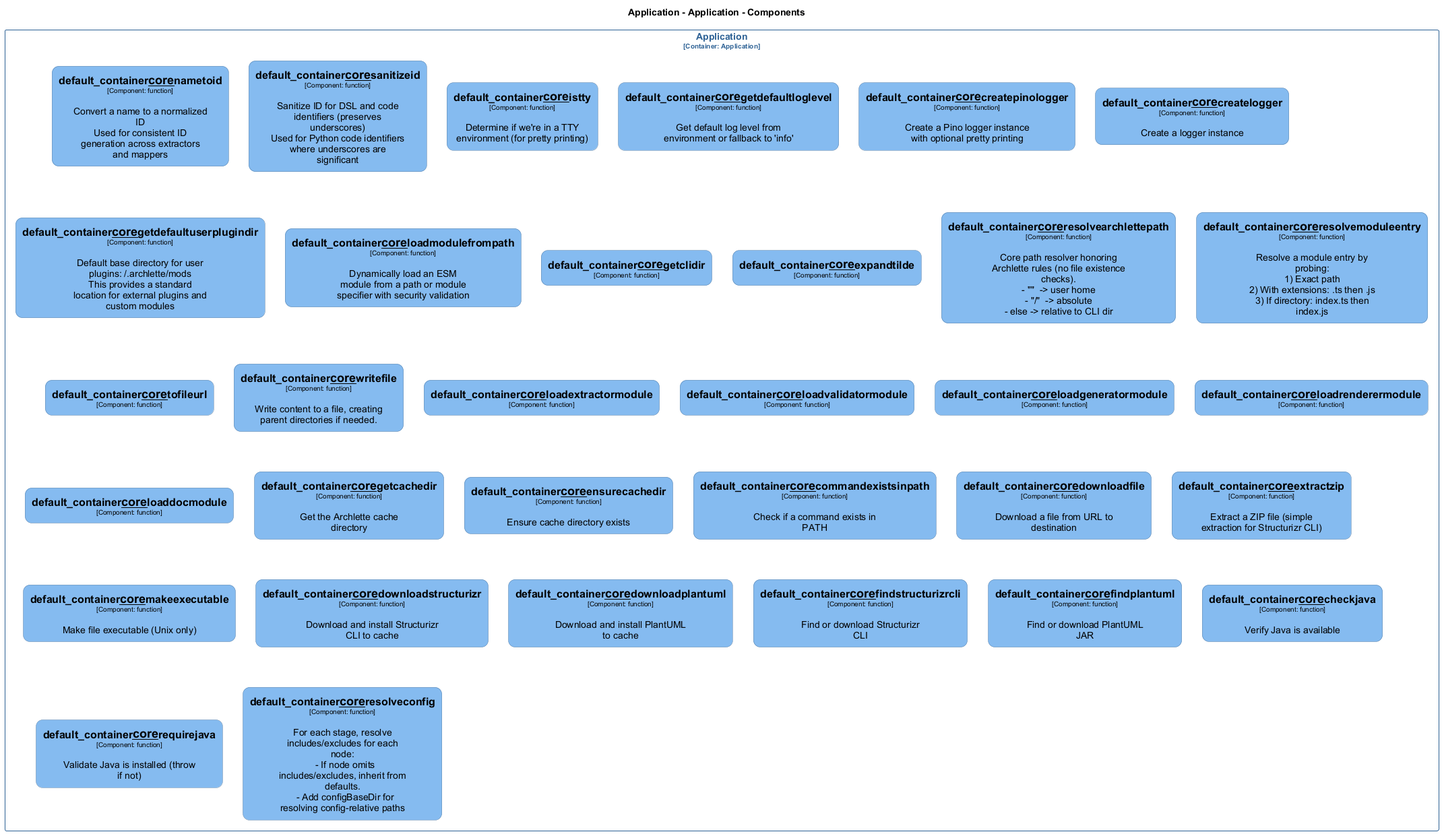
This is docs/architecture/diagrams/structurizr-Classes_default_container__core.png from chrislyons-dev/archlette, a PlantUML export, as it was before one commit.
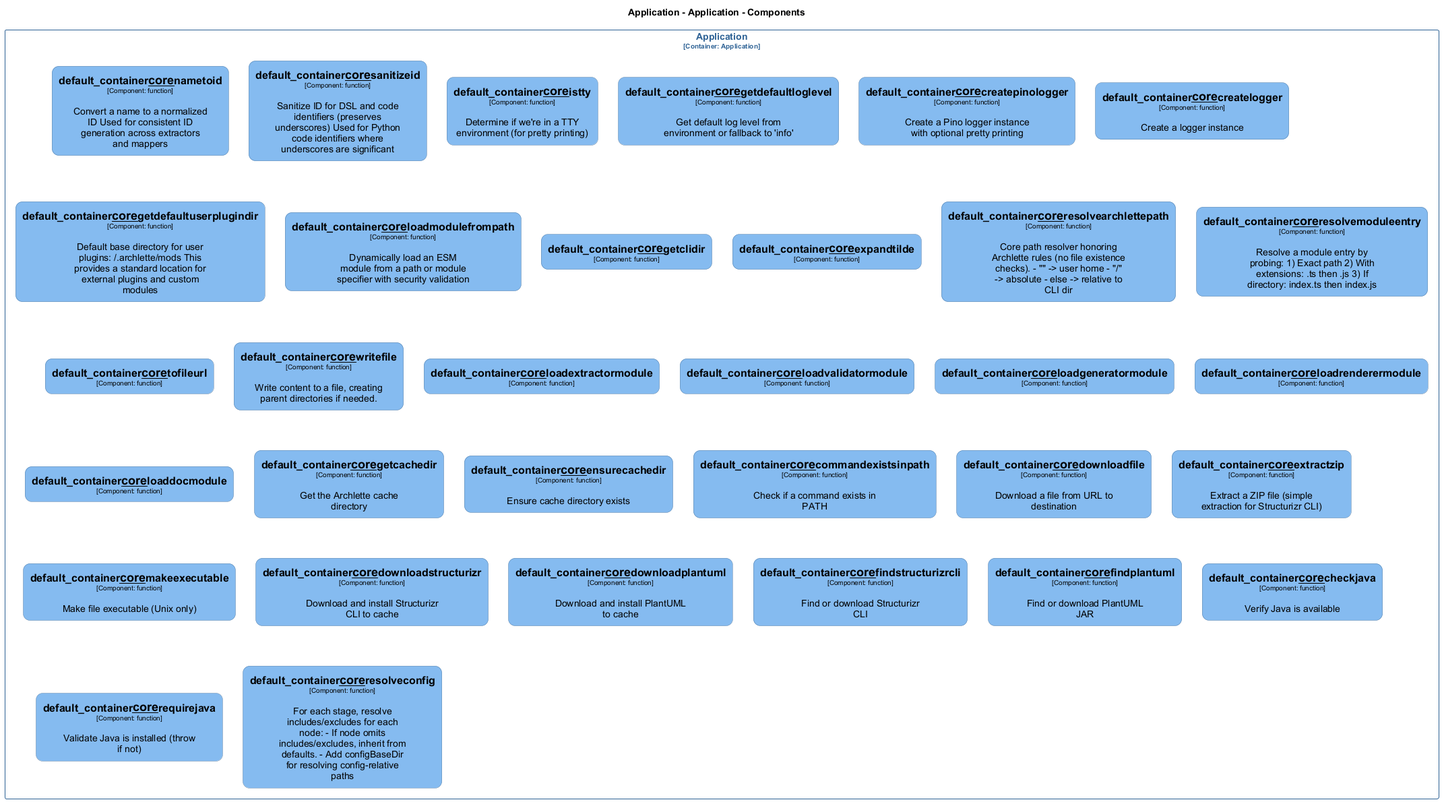
Above is the later version.

What changed in the source:
```diff
@@ -247,18 +247,18 @@
 }
 
 rectangle "Application\n<size:10>[Container: Application]</size>" <<Application.Application>> {
-  rectangle "==default_container__core__nametoid\n<size:10>[Component: function]</size>\n\nConvert a name to a normalized ID\nUsed for consistent ID generation across extractors and mappers" <<Application.Application.default_container__core__nametoid>> as Application.Application.default_container__core__nametoid
-  rectangle "==default_container__core__sanitizeid\n<size:10>[Component: function]</size>\n\nSanitize ID for DSL and code identifiers (preserves underscores)\nUsed for Python code identifiers where underscores are significant" <<Application.Application.default_container__core__sanitizeid>> as Application.Application.default_container__core__sanitizeid
+  rectangle "==default_container__core__nametoid\n<size:10>[Component: function]</size>\n\nConvert a name to a normalized ID Used for consistent ID generation across extractors and mappers" <<Application.Application.default_container__core__nametoid>> as Application.Application.default_container__core__nametoid
+  rectangle "==default_container__core__sanitizeid\n<size:10>[Component: function]</size>\n\nSanitize ID for DSL and code identifiers (preserves underscores) Used for Python code identifiers where underscores are significant" <<Application.Application.default_container__core__sanitizeid>> as Application.Application.default_container__core__sanitizeid
   rectangle "==default_container__core__istty\n<size:10>[Component: function]</size>\n\nDetermine if we're in a TTY environment (for pretty printing)" <<Application.Application.default_container__core__istty>> as Application.Application.default_container__core__istty
   rectangle "==default_container__core__getdefaultloglevel\n<size:10>[Component: function]</size>\n\nGet default log level from environment or fallback to 'info'" <<Application.Application.default_container__core__getdefaultloglevel>> as Application.Application.default_container__core__getdefaultloglevel
   rectangle "==default_container__core__createpinologger\n<size:10>[Component: function]</size>\n\nCreate a Pino logger instance with optional pretty printing" <<Application.Application.default_container__core__createpinologger>> as Application.Application.default_container__core__createpinologger
   rectangle "==default_container__core__createlogger\n<size:10>[Component: function]</size>\n\nCreate a logger instance" <<Application.Application.default_container__core__createlogger>> as Application.Application.default_container__core__createlogger
-  rectangle "==default_container__core__getdefaultuserplugindir\n<size:10>[Component: function]</size>\n\nDefault base directory for user plugins: ~/.archlette/mods\nThis provides a standard location for external plugins and custom modules" <<Application.Application.default_container__core__getdefaultuserplugindir>> as Application.Application.default_container__core__getdefaultuserplugindir
+  rectangle "==default_container__core__getdefaultuserplugindir\n<size:10>[Component: function]</size>\n\nDefault base directory for user plugins: ~/.archlette/mods This provides a standard location for external plugins and custom modules" <<Application.Application.default_container__core__getdefaultuserplugindir>> as Application.Application.default_container__core__getdefaultuserplugindir
   rectangle "==default_container__core__loadmodulefrompath\n<size:10>[Component: function]</size>\n\nDynamically load an ESM module from a path or module specifier with security validation" <<Application.Application.default_container__core__loadmodulefrompath>> as Application.Application.default_container__core__loadmodulefrompath
   rectangle "==default_container__core__getclidir\n<size:10>[Component: function]</size>" <<Application.Application.default_container__core__getclidir>> as Application.Application.default_container__core__getclidir
   rectangle "==default_container__core__expandtilde\n<size:10>[Component: function]</size>" <<Application.Application.default_container__core__expandtilde>> as Application.Application.default_container__core__expandtilde
-  rectangle "==default_container__core__resolvearchlettepath\n<size:10>[Component: function]</size>\n\nCore path resolver honoring Archlette rules (no file existence checks).\n- "~"  -> user home\n- "/"  -> absolute\n- else -> relative to CLI dir" <<Application.Application.default_container__core__resolvearchlettepath>> as Application.Application.default_container__core__resolvearchlettepath
-  rectangle "==default_container__core__resolvemoduleentry\n<size:10>[Component: function]</size>\n\nResolve a module entry by probing:\n1) Exact path\n2) With extensions: .ts then .js\n3) If directory: index.ts then index.js" <<Application.Application.default_container__core__resolvemoduleentry>> as Application.Application.default_container__core__resolvemoduleentry
+  rectangle "==default_container__core__resolvearchlettepath\n<size:10>[Component: function]</size>\n\nCore path resolver honoring Archlette rules (no file existence checks). - "~" -> user home - "/" -> absolute - else -> relative to CLI dir" <<Application.Application.default_container__core__resolvearchlettepath>> as Application.Application.default_container__core__resolvearchlettepath
+  rectangle "==default_container__core__resolvemoduleentry\n<size:10>[Component: function]</size>\n\nResolve a module entry by probing: 1) Exact path 2) With extensions: .ts then .js 3) If directory: index.ts then index.js" <<Application.Application.default_container__core__resolvemoduleentry>> as Application.Application.default_container__core__resolvemoduleentry
   rectangle "==default_container__core__tofileurl\n<size:10>[Component: function]</size>" <<Application.Application.default_container__core__tofileurl>> as Application.Application.default_container__core__tofileurl
   rectangle "==default_container__core__writefile\n<size:10>[Component: function]</size>\n\nWrite content to a file, creating parent directories if needed." <<Application.Application.default_container__core__writefile>> as Application.Application.default_container__core__writefile
   rectangle "==default_container__core__loadextractormodule\n<size:10>[Component: function]</size>" <<Application.Application.default_container__core__loadextractormodule>> as Application.Application.default_container__core__loadextractormodule
@@ -278,7 +278,7 @@
   rectangle "==default_container__core__findplantuml\n<size:10>[Component: function]</size>\n\nFind or download PlantUML JAR" <<Application.Application.default_container__core__findplantuml>> as Application.Application.default_container__core__findplantuml
   rectangle "==default_container__core__checkjava\n<size:10>[Component: function]</size>\n\nVerify Java is available" <<Application.Application.default_container__core__checkjava>> as Application.Application.default_container__core__checkjava
   rectangle "==default_container__core__requirejava\n<size:10>[Component: function]</size>\n\nValidate Java is installed (throw if not)" <<Application.Application.default_container__core__requirejava>> as Application.Application.default_container__core__requirejava
-  rectangle "==default_container__core__resolveconfig\n<size:10>[Component: function]</size>\n\nFor each stage, resolve includes/excludes for each node:\n  - If node omits includes/excludes, inherit from defaults.\n  - Add configBaseDir for resolving config-relative paths" <<Application.Application.default_container__core__resolveconfig>> as Application.Application.default_container__core__resolveconfig
+  rectangle "==default_container__core__resolveconfig\n<size:10>[Component: function]</size>\n\nFor each stage, resolve includes/excludes for each node: - If node omits includes/excludes, inherit from defaults. - Add configBaseDir for resolving config-relative paths" <<Application.Application.default_container__core__resolveconfig>> as Application.Application.default_container__core__resolveconfig
 }
 
 @enduml
```
